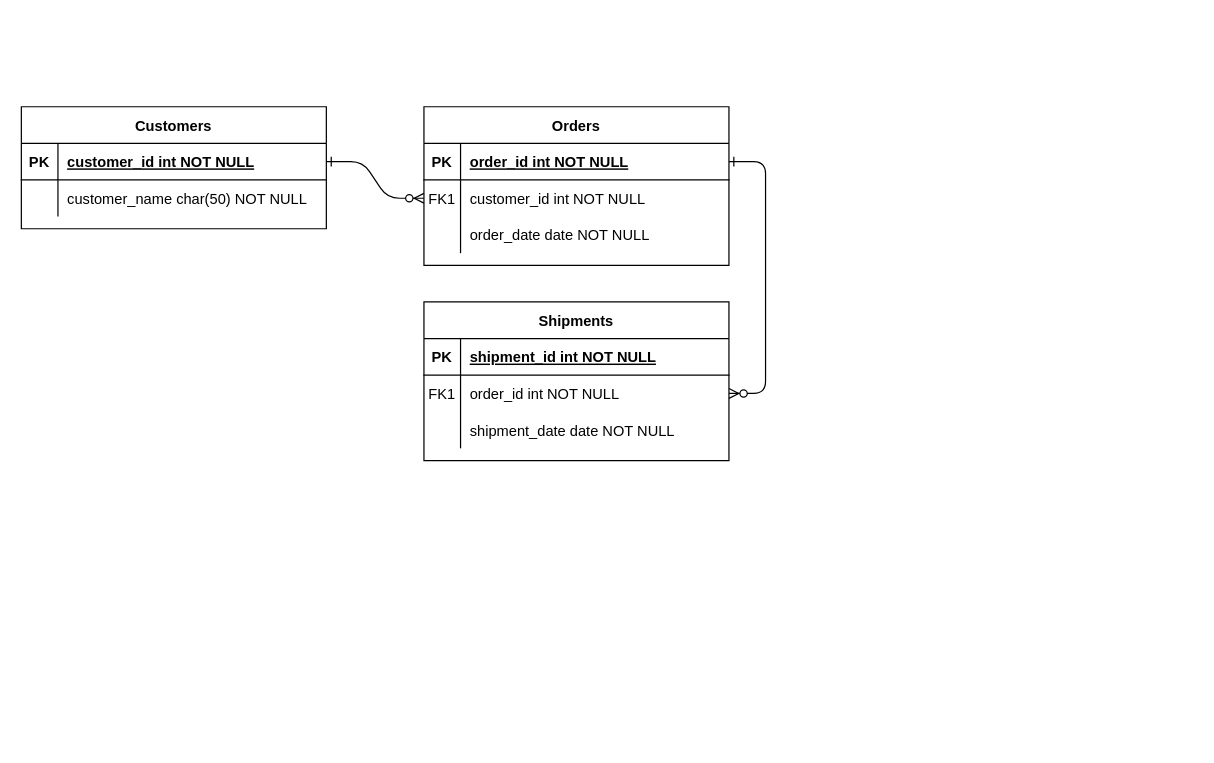
Above: 毕业设计/数据库ER图.drawio in KeatonLi/pictures (draw.io), before the change. Source tidied: cells renumbered, new cells numbered last; positions are measured from the earlier drawing's top-left corner, leaving out a move shared by most shapes. Both pictures are drawn from the tidied source at 122%, with x=0, y=0 at pixel (21, 106).
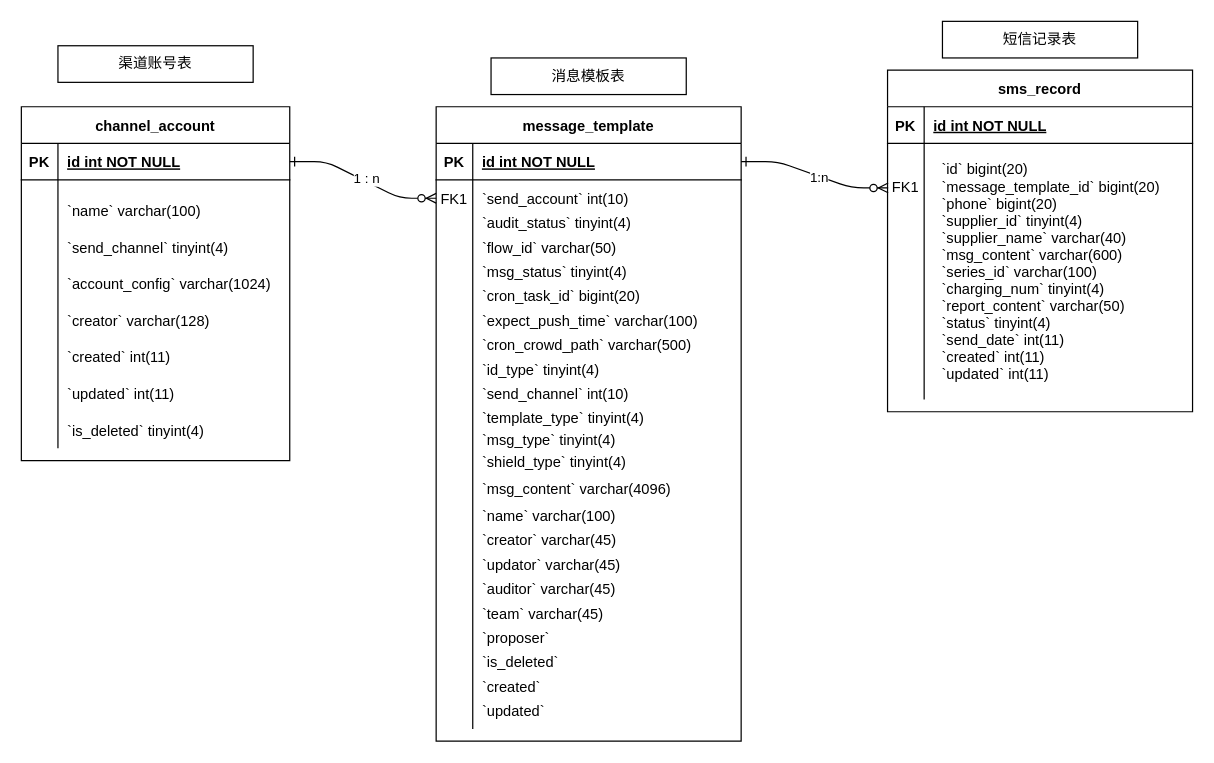
The same page after the edit.

Commit message:
更新数据库ER图.drawio

Unchanged cells that the change refers to:
```xml
<mxCell id="2" style="edgeStyle=entityRelationEdgeStyle;endArrow=ERzeroToMany;startArrow=ERone;endFill=1;startFill=0;" parent="1" edge="1" source="25" target="8">
  <mxGeometry relative="1" as="geometry" />
</mxCell>
<mxCell id="5" style="shape=partialRectangle;fillColor=none;points=[[0,0.5],[1,0.5]];portConstraint=eastwest;top=0;left=0;right=0;bottom=1;" parent="4" vertex="1">
  <mxGeometry y="30" width="250" height="30" as="geometry" />
</mxCell>
<mxCell id="8" style="shape=partialRectangle;fillColor=none;points=[[0,0.5],[1,0.5]];portConstraint=eastwest;top=0;left=0;right=0;bottom=0;" parent="4" vertex="1">
  <mxGeometry y="60" width="250" height="30" as="geometry" />
</mxCell>
<mxCell id="15" style="shape=partialRectangle;fillColor=none;top=0;left=0;right=0;bottom=1;" parent="14" vertex="1">
  <mxGeometry y="30" width="250" height="30" as="geometry" />
</mxCell>
```

Diff of the diagram source:
```diff
@@
+    <mxCell id="31" value="1 : n" style="edgeLabel;html=1;align=center;verticalAlign=middle;" parent="2" vertex="1">
+      <mxGeometry x="0.02" y="2" relative="1" as="geometry" />
+    </mxCell>
-    <mxCell id="3" style="edgeStyle=entityRelationEdgeStyle;endArrow=ERzeroToMany;startArrow=ERone;endFill=1;startFill=0;" parent="1" edge="1" source="5" target="18">
+    <mxCell id="3" style="edgeStyle=entityRelationEdgeStyle;endArrow=ERzeroToMany;startArrow=ERone;endFill=1;startFill=0;entryX=0.002;entryY=0.174;entryDx=0;entryDy=0;entryPerimeter=0;" parent="1" edge="1" source="5" target="21">
       <mxGeometry relative="1" as="geometry" />
     </mxCell>
+    <mxCell id="32" value="1:n" style="edgeLabel;html=1;align=center;verticalAlign=middle;" parent="3" vertex="1">
+      <mxGeometry x="0.07" relative="1" as="geometry" />
+    </mxCell>
-    <mxCell id="4" value="Orders" style="shape=table;startSize=30;childLayout=tableLayout;rowLines=0;fontStyle=1;align=center;" parent="1" vertex="1">
-      <mxGeometry x="330" width="250" height="130" as="geometry" />
+    <mxCell id="4" value="message_template" style="shape=table;startSize=30;childLayout=tableLayout;rowLines=0;fontStyle=1;align=center;" parent="1" vertex="1">
+      <mxGeometry x="340" width="250" height="520" as="geometry" />
     </mxCell>
@@
-    <mxCell id="7" value="order_id int NOT NULL " style="shape=partialRectangle;overflow=hidden;fillColor=none;top=0;left=0;bottom=0;right=0;align=left;spacingLeft=6;fontStyle=5;" parent="5" vertex="1">
+    <mxCell id="7" value="id int NOT NULL " style="shape=partialRectangle;overflow=hidden;fillColor=none;top=0;left=0;bottom=0;right=0;align=left;spacingLeft=6;fontStyle=5;" parent="5" vertex="1">
       <mxGeometry x="30" width="220" height="30" as="geometry" />
     </mxCell>
@@
-    <mxCell id="10" value="customer_id int NOT NULL" style="shape=partialRectangle;overflow=hidden;fillColor=none;top=0;left=0;bottom=0;right=0;align=left;spacingLeft=6;" parent="8" vertex="1">
+    <mxCell id="10" value="`send_account` int(10)" style="shape=partialRectangle;overflow=hidden;fillColor=none;top=0;left=0;bottom=0;right=0;align=left;spacingLeft=6;" parent="8" vertex="1">
       <mxGeometry x="30" width="220" height="30" as="geometry" />
     </mxCell>
     <mxCell id="11" style="shape=partialRectangle;fillColor=none;top=0;left=0;right=0;bottom=0;" parent="4" vertex="1">
-      <mxGeometry y="90" width="250" height="30" as="geometry" />
+      <mxGeometry y="90" width="250" height="420" as="geometry" />
     </mxCell>
     <mxCell id="12" style="shape=partialRectangle;overflow=hidden;fillColor=none;top=0;left=0;bottom=0;right=0;" parent="11" vertex="1">
-      <mxGeometry width="30" height="30" as="geometry" />
+      <mxGeometry width="30" height="420" as="geometry" />
     </mxCell>
-    <mxCell id="13" value="order_date date NOT NULL" style="shape=partialRectangle;overflow=hidden;fillColor=none;top=0;left=0;bottom=0;right=0;align=left;spacingLeft=6;" parent="11" vertex="1">
-      <mxGeometry x="30" width="220" height="30" as="geometry" />
+    <mxCell id="13" style="shape=partialRectangle;overflow=hidden;fillColor=none;top=0;left=0;bottom=0;right=0;align=left;spacingLeft=6;" parent="11" vertex="1">
+      <mxGeometry x="30" width="220" height="420" as="geometry" />
     </mxCell>
-    <mxCell id="14" value="Shipments" style="shape=table;startSize=30;childLayout=tableLayout;rowLines=0;fontStyle=1;align=center;" parent="1" vertex="1">
-      <mxGeometry x="330" y="160" width="250" height="130" as="geometry" />
+    <mxCell id="14" value="sms_record" style="shape=table;startSize=30;childLayout=tableLayout;rowLines=0;fontStyle=1;align=center;" parent="1" vertex="1">
+      <mxGeometry x="710" y="-30" width="250" height="280" as="geometry" />
     </mxCell>
@@
-    <mxCell id="17" value="shipment_id int NOT NULL " style="shape=partialRectangle;overflow=hidden;fillColor=none;top=0;left=0;bottom=0;right=0;align=left;spacingLeft=6;fontStyle=5;" parent="15" vertex="1">
+    <mxCell id="17" value="id int NOT NULL " style="shape=partialRectangle;overflow=hidden;fillColor=none;top=0;left=0;bottom=0;right=0;align=left;spacingLeft=6;fontStyle=5;" parent="15" vertex="1">
       <mxGeometry x="30" width="220" height="30" as="geometry" />
     </mxCell>
-    <mxCell id="18" style="shape=partialRectangle;fillColor=none;points=[[0,0.5],[1,0.5]];portConstraint=eastwest;top=0;left=0;right=0;bottom=0;" parent="14" vertex="1">
-      <mxGeometry y="60" width="250" height="30" as="geometry" />
-    </mxCell>
-    <mxCell id="19" value="FK1" style="shape=partialRectangle;overflow=hidden;fillColor=none;top=0;left=0;bottom=0;right=0;" parent="18" vertex="1">
-      <mxGeometry width="30" height="30" as="geometry" />
-    </mxCell>
-    <mxCell id="20" value="order_id int NOT NULL" style="shape=partialRectangle;overflow=hidden;fillColor=none;top=0;left=0;bottom=0;right=0;align=left;spacingLeft=6;" parent="18" vertex="1">
-      <mxGeometry x="30" width="220" height="30" as="geometry" />
-    </mxCell>
     <mxCell id="21" style="shape=partialRectangle;fillColor=none;points=[[0,0.5],[1,0.5]];portConstraint=eastwest;top=0;left=0;right=0;bottom=0;" parent="14" vertex="1">
-      <mxGeometry y="90" width="250" height="30" as="geometry" />
+      <mxGeometry y="60" width="250" height="210" as="geometry" />
     </mxCell>
     <mxCell id="22" style="shape=partialRectangle;overflow=hidden;fillColor=none;top=0;left=0;bottom=0;right=0;" parent="21" vertex="1">
-      <mxGeometry width="30" height="30" as="geometry" />
+      <mxGeometry width="30" height="210" as="geometry" />
     </mxCell>
-    <mxCell id="23" value="shipment_date date NOT NULL" style="shape=partialRectangle;overflow=hidden;fillColor=none;top=0;left=0;bottom=0;right=0;align=left;spacingLeft=6;" parent="21" vertex="1">
-      <mxGeometry x="30" width="220" height="30" as="geometry" />
+    <mxCell id="23" value="  `id` bigint(20) &#10;  `message_template_id` bigint(20) &#10;  `phone` bigint(20)&#10;  `supplier_id` tinyint(4)&#10;  `supplier_name` varchar(40) &#10;  `msg_content` varchar(600)&#10;  `series_id` varchar(100) &#10;  `charging_num` tinyint(4) &#10;  `report_content` varchar(50) &#10;  `status` tinyint(4)&#10;  `send_date` int(11)&#10;  `created` int(11) &#10;  `updated` int(11) " style="shape=partialRectangle;overflow=hidden;fillColor=none;top=0;left=0;bottom=0;right=0;align=left;spacingLeft=6;" parent="21" vertex="1">
+      <mxGeometry x="30" width="220" height="210" as="geometry" />
     </mxCell>
-    <mxCell id="24" value="Customers" style="shape=table;startSize=30;childLayout=tableLayout;rowLines=0;fontStyle=1;align=center;" parent="1" vertex="1">
-      <mxGeometry width="250" height="100" as="geometry" />
+    <mxCell id="24" value="channel_account" style="shape=table;startSize=30;childLayout=tableLayout;rowLines=0;fontStyle=1;align=center;" parent="1" vertex="1">
+      <mxGeometry width="220" height="290" as="geometry" />
     </mxCell>
     <mxCell id="25" style="shape=partialRectangle;fillColor=none;points=[[0,0.5],[1,0.5]];portConstraint=eastwest;top=0;left=0;right=0;bottom=1;" parent="24" vertex="1">
-      <mxGeometry y="30" width="250" height="30" as="geometry" />
+      <mxGeometry y="30" width="220" height="30" as="geometry" />
     </mxCell>
@@
-    <mxCell id="27" value="customer_id int NOT NULL " style="shape=partialRectangle;overflow=hidden;fillColor=none;top=0;left=0;bottom=0;right=0;align=left;spacingLeft=6;fontStyle=5;" parent="25" vertex="1">
-      <mxGeometry x="30" width="220" height="30" as="geometry" />
+    <mxCell id="27" value="id int NOT NULL " style="shape=partialRectangle;overflow=hidden;fillColor=none;top=0;left=0;bottom=0;right=0;align=left;spacingLeft=6;fontStyle=5;" parent="25" vertex="1">
+      <mxGeometry x="30" width="190" height="30" as="geometry" />
     </mxCell>
     <mxCell id="28" style="shape=partialRectangle;fillColor=none;top=0;left=0;right=0;bottom=0;" parent="24" vertex="1">
-      <mxGeometry y="60" width="250" height="30" as="geometry" />
+      <mxGeometry y="60" width="220" height="220" as="geometry" />
     </mxCell>
     <mxCell id="29" style="shape=partialRectangle;overflow=hidden;fillColor=none;top=0;left=0;bottom=0;right=0;" parent="28" vertex="1">
-      <mxGeometry width="30" height="30" as="geometry" />
+      <mxGeometry width="30" height="220" as="geometry" />
     </mxCell>
-    <mxCell id="30" value="customer_name char(50) NOT NULL" style="shape=partialRectangle;overflow=hidden;fillColor=none;top=0;left=0;bottom=0;right=0;align=left;spacingLeft=6;" parent="28" vertex="1">
-      <mxGeometry x="30" width="220" height="30" as="geometry" />
+    <mxCell id="30" style="shape=partialRectangle;overflow=hidden;fillColor=none;top=0;left=0;bottom=0;right=0;align=left;spacingLeft=6;" parent="28" vertex="1">
+      <mxGeometry x="30" width="190" height="220" as="geometry" />
     </mxCell>
+    <mxCell id="33" style="shape=partialRectangle;fillColor=none;top=0;left=0;right=0;bottom=0;" parent="1" vertex="1">
+      <mxGeometry y="70" width="250" height="30" as="geometry" />
+    </mxCell>
+    <mxCell id="34" style="shape=partialRectangle;overflow=hidden;fillColor=none;top=0;left=0;bottom=0;right=0;" parent="33" vertex="1">
+      <mxGeometry width="30" height="30" as="geometry" />
+    </mxCell>
+    <mxCell id="35" value="`name` varchar(100) " style="shape=partialRectangle;overflow=hidden;fillColor=none;top=0;left=0;bottom=0;right=0;align=left;spacingLeft=6;" parent="33" vertex="1">
+      <mxGeometry x="30" width="220" height="30" as="geometry" />
+    </mxCell>
+    <mxCell id="36" style="shape=partialRectangle;fillColor=none;top=0;left=0;right=0;bottom=0;" parent="1" vertex="1">
+      <mxGeometry y="100" width="250" height="30" as="geometry" />
+    </mxCell>
+    <mxCell id="37" style="shape=partialRectangle;overflow=hidden;fillColor=none;top=0;left=0;bottom=0;right=0;" parent="36" vertex="1">
+      <mxGeometry width="30" height="30" as="geometry" />
+    </mxCell>
+    <mxCell id="38" value="`send_channel` tinyint(4)" style="shape=partialRectangle;overflow=hidden;fillColor=none;top=0;left=0;bottom=0;right=0;align=left;spacingLeft=6;" parent="36" vertex="1">
+      <mxGeometry x="30" width="220" height="30" as="geometry" />
+    </mxCell>
+    <mxCell id="39" value="`account_config` varchar(1024)" style="shape=partialRectangle;overflow=hidden;fillColor=none;top=0;left=0;bottom=0;right=0;align=left;spacingLeft=6;" parent="1" vertex="1">
+      <mxGeometry x="30" y="130" width="220" height="30" as="geometry" />
+    </mxCell>
+    <mxCell id="40" value="`creator` varchar(128)" style="shape=partialRectangle;overflow=hidden;fillColor=none;top=0;left=0;bottom=0;right=0;align=left;spacingLeft=6;" parent="1" vertex="1">
+      <mxGeometry x="30" y="160" width="220" height="30" as="geometry" />
+    </mxCell>
+    <mxCell id="41" value="`created` int(11)" style="shape=partialRectangle;overflow=hidden;fillColor=none;top=0;left=0;bottom=0;right=0;align=left;spacingLeft=6;" parent="1" vertex="1">
+      <mxGeometry x="30" y="190" width="220" height="30" as="geometry" />
+    </mxCell>
+    <mxCell id="42" value="`updated` int(11)" style="shape=partialRectangle;overflow=hidden;fillColor=none;top=0;left=0;bottom=0;right=0;align=left;spacingLeft=6;" parent="1" vertex="1">
+      <mxGeometry x="30" y="220" width="220" height="30" as="geometry" />
+    </mxCell>
+    <mxCell id="43" value="`is_deleted` tinyint(4)" style="shape=partialRectangle;overflow=hidden;fillColor=none;top=0;left=0;bottom=0;right=0;align=left;spacingLeft=6;" parent="1" vertex="1">
+      <mxGeometry x="30" y="250" width="220" height="30" as="geometry" />
+    </mxCell>
+    <mxCell id="44" style="shape=partialRectangle;fillColor=none;top=0;left=0;right=0;bottom=0;" parent="1" vertex="1">
+      <mxGeometry x="340" y="80" width="250" height="30" as="geometry" />
+    </mxCell>
+    <mxCell id="45" style="shape=partialRectangle;overflow=hidden;fillColor=none;top=0;left=0;bottom=0;right=0;" parent="44" vertex="1">
+      <mxGeometry width="30" height="30" as="geometry" />
+    </mxCell>
+    <mxCell id="46" value="`audit_status` tinyint(4)" style="shape=partialRectangle;overflow=hidden;fillColor=none;top=0;left=0;bottom=0;right=0;align=left;spacingLeft=6;" parent="44" vertex="1">
+      <mxGeometry x="30" width="220" height="30" as="geometry" />
+    </mxCell>
+    <mxCell id="47" style="shape=partialRectangle;fillColor=none;top=0;left=0;right=0;bottom=0;" parent="1" vertex="1">
+      <mxGeometry x="340" y="100" width="250" height="30" as="geometry" />
+    </mxCell>
+    <mxCell id="48" style="shape=partialRectangle;overflow=hidden;fillColor=none;top=0;left=0;bottom=0;right=0;" parent="47" vertex="1">
+      <mxGeometry width="30" height="30" as="geometry" />
+    </mxCell>
+    <mxCell id="49" value="`flow_id` varchar(50)" style="shape=partialRectangle;overflow=hidden;fillColor=none;top=0;left=0;bottom=0;right=0;align=left;spacingLeft=6;" parent="47" vertex="1">
+      <mxGeometry x="30" width="220" height="30" as="geometry" />
+    </mxCell>
+    <mxCell id="50" style="shape=partialRectangle;fillColor=none;top=0;left=0;right=0;bottom=0;" parent="1" vertex="1">
+      <mxGeometry x="340" y="120" width="250" height="30" as="geometry" />
+    </mxCell>
+    <mxCell id="51" style="shape=partialRectangle;overflow=hidden;fillColor=none;top=0;left=0;bottom=0;right=0;" parent="50" vertex="1">
+      <mxGeometry width="30" height="30" as="geometry" />
+    </mxCell>
+    <mxCell id="52" value="`msg_status` tinyint(4)" style="shape=partialRectangle;overflow=hidden;fillColor=none;top=0;left=0;bottom=0;right=0;align=left;spacingLeft=6;" parent="50" vertex="1">
+      <mxGeometry x="30" width="220" height="30" as="geometry" />
+    </mxCell>
+    <mxCell id="53" style="shape=partialRectangle;fillColor=none;top=0;left=0;right=0;bottom=0;" parent="1" vertex="1">
+      <mxGeometry x="340" y="140" width="250" height="30" as="geometry" />
+    </mxCell>
+    <mxCell id="54" style="shape=partialRectangle;overflow=hidden;fillColor=none;top=0;left=0;bottom=0;right=0;" parent="53" vertex="1">
+      <mxGeometry width="30" height="30" as="geometry" />
+    </mxCell>
+    <mxCell id="55" value="`cron_task_id` bigint(20)" style="shape=partialRectangle;overflow=hidden;fillColor=none;top=0;left=0;bottom=0;right=0;align=left;spacingLeft=6;" parent="53" vertex="1">
+      <mxGeometry x="30" width="220" height="30" as="geometry" />
+    </mxCell>
+    <mxCell id="56" style="shape=partialRectangle;fillColor=none;top=0;left=0;right=0;bottom=0;" parent="1" vertex="1">
+      <mxGeometry x="340" y="180" width="250" height="30" as="geometry" />
+    </mxCell>
+    <mxCell id="57" style="shape=partialRectangle;overflow=hidden;fillColor=none;top=0;left=0;bottom=0;right=0;" parent="56" vertex="1">
+      <mxGeometry width="30" height="30" as="geometry" />
+    </mxCell>
+    <mxCell id="58" value="`cron_crowd_path` varchar(500)" style="shape=partialRectangle;overflow=hidden;fillColor=none;top=0;left=0;bottom=0;right=0;align=left;spacingLeft=6;" parent="56" vertex="1">
+      <mxGeometry x="30" width="220" height="30" as="geometry" />
+    </mxCell>
+    <mxCell id="59" style="shape=partialRectangle;fillColor=none;top=0;left=0;right=0;bottom=0;" parent="1" vertex="1">
+      <mxGeometry x="340" y="160" width="250" height="30" as="geometry" />
+    </mxCell>
+    <mxCell id="60" style="shape=partialRectangle;overflow=hidden;fillColor=none;top=0;left=0;bottom=0;right=0;" parent="59" vertex="1">
+      <mxGeometry width="30" height="30" as="geometry" />
+    </mxCell>
+    <mxCell id="61" value="`expect_push_time` varchar(100)" style="shape=partialRectangle;overflow=hidden;fillColor=none;top=0;left=0;bottom=0;right=0;align=left;spacingLeft=6;" parent="59" vertex="1">
+      <mxGeometry x="30" width="220" height="30" as="geometry" />
+    </mxCell>
+    <mxCell id="62" style="shape=partialRectangle;fillColor=none;top=0;left=0;right=0;bottom=0;" parent="1" vertex="1">
+      <mxGeometry x="340" y="200" width="250" height="30" as="geometry" />
+    </mxCell>
+    <mxCell id="63" style="shape=partialRectangle;overflow=hidden;fillColor=none;top=0;left=0;bottom=0;right=0;" parent="62" vertex="1">
+      <mxGeometry width="30" height="30" as="geometry" />
+    </mxCell>
+    <mxCell id="64" value="`id_type` tinyint(4)" style="shape=partialRectangle;overflow=hidden;fillColor=none;top=0;left=0;bottom=0;right=0;align=left;spacingLeft=6;" parent="62" vertex="1">
+      <mxGeometry x="30" width="220" height="30" as="geometry" />
+    </mxCell>
+    <mxCell id="65" style="shape=partialRectangle;fillColor=none;top=0;left=0;right=0;bottom=0;" parent="1" vertex="1">
+      <mxGeometry x="340" y="220" width="250" height="30" as="geometry" />
+    </mxCell>
+    <mxCell id="66" style="shape=partialRectangle;overflow=hidden;fillColor=none;top=0;left=0;bottom=0;right=0;" parent="65" vertex="1">
+      <mxGeometry width="30" height="30" as="geometry" />
+    </mxCell>
+    <mxCell id="67" value="`send_channel` int(10)" style="shape=partialRectangle;overflow=hidden;fillColor=none;top=0;left=0;bottom=0;right=0;align=left;spacingLeft=6;" parent="65" vertex="1">
+      <mxGeometry x="30" width="220" height="30" as="geometry" />
+    </mxCell>
+    <mxCell id="68" style="shape=partialRectangle;fillColor=none;top=0;left=0;right=0;bottom=0;" parent="1" vertex="1">
+      <mxGeometry x="340" y="240" width="250" height="30" as="geometry" />
+    </mxCell>
+    <mxCell id="69" style="shape=partialRectangle;overflow=hidden;fillColor=none;top=0;left=0;bottom=0;right=0;" parent="68" vertex="1">
+      <mxGeometry width="30" height="30" as="geometry" />
+    </mxCell>
+    <mxCell id="70" value="`template_type` tinyint(4)" style="shape=partialRectangle;overflow=hidden;fillColor=none;top=0;left=0;bottom=0;right=0;align=left;spacingLeft=6;" parent="68" vertex="1">
+      <mxGeometry x="30" width="220" height="30" as="geometry" />
+    </mxCell>
+    <mxCell id="71" value="`msg_type` tinyint(4)" style="shape=partialRectangle;overflow=hidden;fillColor=none;top=0;left=0;bottom=0;right=0;align=left;spacingLeft=6;" parent="1" vertex="1">
+      <mxGeometry x="370" y="258" width="220" height="30" as="geometry" />
+    </mxCell>
+    <mxCell id="72" value="`shield_type` tinyint(4)" style="shape=partialRectangle;overflow=hidden;fillColor=none;top=0;left=0;bottom=0;right=0;align=left;spacingLeft=6;" parent="1" vertex="1">
+      <mxGeometry x="370" y="276" width="220" height="30" as="geometry" />
+    </mxCell>
+    <mxCell id="73" value="`msg_content` varchar(4096)" style="shape=partialRectangle;overflow=hidden;fillColor=none;top=0;left=0;bottom=0;right=0;align=left;spacingLeft=6;" parent="1" vertex="1">
+      <mxGeometry x="370" y="298" width="220" height="30" as="geometry" />
+    </mxCell>
+    <mxCell id="74" value="`name` varchar(100)" style="shape=partialRectangle;overflow=hidden;fillColor=none;top=0;left=0;bottom=0;right=0;align=left;spacingLeft=6;" parent="1" vertex="1">
+      <mxGeometry x="370" y="320" width="220" height="30" as="geometry" />
+    </mxCell>
+    <mxCell id="75" value="`is_deleted`" style="shape=partialRectangle;overflow=hidden;fillColor=none;top=0;left=0;bottom=0;right=0;align=left;spacingLeft=6;" parent="1" vertex="1">
+      <mxGeometry x="370" y="440" width="220" height="30" as="geometry" />
+    </mxCell>
+    <mxCell id="76" value="`created`" style="shape=partialRectangle;overflow=hidden;fillColor=none;top=0;left=0;bottom=0;right=0;align=left;spacingLeft=6;" parent="1" vertex="1">
+      <mxGeometry x="370" y="460" width="220" height="30" as="geometry" />
+    </mxCell>
+    <mxCell id="77" value="`updated`" style="shape=partialRectangle;overflow=hidden;fillColor=none;top=0;left=0;bottom=0;right=0;align=left;spacingLeft=6;" parent="1" vertex="1">
+      <mxGeometry x="370" y="480" width="220" height="30" as="geometry" />
+    </mxCell>
+    <mxCell id="78" value="`creator` varchar(45)" style="shape=partialRectangle;overflow=hidden;fillColor=none;top=0;left=0;bottom=0;right=0;align=left;spacingLeft=6;" parent="1" vertex="1">
+      <mxGeometry x="370" y="340" width="220" height="30" as="geometry" />
+    </mxCell>
+    <mxCell id="79" value="`updator` varchar(45)" style="shape=partialRectangle;overflow=hidden;fillColor=none;top=0;left=0;bottom=0;right=0;align=left;spacingLeft=6;" parent="1" vertex="1">
+      <mxGeometry x="370" y="360" width="220" height="30" as="geometry" />
+    </mxCell>
+    <mxCell id="80" value="`auditor` varchar(45)" style="shape=partialRectangle;overflow=hidden;fillColor=none;top=0;left=0;bottom=0;right=0;align=left;spacingLeft=6;" parent="1" vertex="1">
+      <mxGeometry x="370" y="380" width="220" height="30" as="geometry" />
+    </mxCell>
+    <mxCell id="81" value="`team` varchar(45)" style="shape=partialRectangle;overflow=hidden;fillColor=none;top=0;left=0;bottom=0;right=0;align=left;spacingLeft=6;" parent="1" vertex="1">
+      <mxGeometry x="370" y="400" width="220" height="30" as="geometry" />
+    </mxCell>
+    <mxCell id="82" value="`proposer`" style="shape=partialRectangle;overflow=hidden;fillColor=none;top=0;left=0;bottom=0;right=0;align=left;spacingLeft=6;" parent="1" vertex="1">
+      <mxGeometry x="370" y="420" width="220" height="30" as="geometry" />
+    </mxCell>
+    <mxCell id="19" value="FK1" style="shape=partialRectangle;overflow=hidden;fillColor=none;top=0;left=0;bottom=0;right=0;" parent="1" vertex="1">
+      <mxGeometry x="710" y="50" width="30" height="30" as="geometry" />
+    </mxCell>
+    <mxCell id="83" value="渠道账号表" style="rounded=0;whiteSpace=wrap;html=1;" parent="1" vertex="1">
+      <mxGeometry x="30" y="-50" width="160" height="30" as="geometry" />
+    </mxCell>
+    <mxCell id="84" value="消息模板表" style="rounded=0;whiteSpace=wrap;html=1;" parent="1" vertex="1">
+      <mxGeometry x="385" y="-40" width="160" height="30" as="geometry" />
+    </mxCell>
+    <mxCell id="85" value="短信记录表" style="rounded=0;whiteSpace=wrap;html=1;" parent="1" vertex="1">
+      <mxGeometry x="755" y="-70" width="160" height="30" as="geometry" />
+    </mxCell>
```
